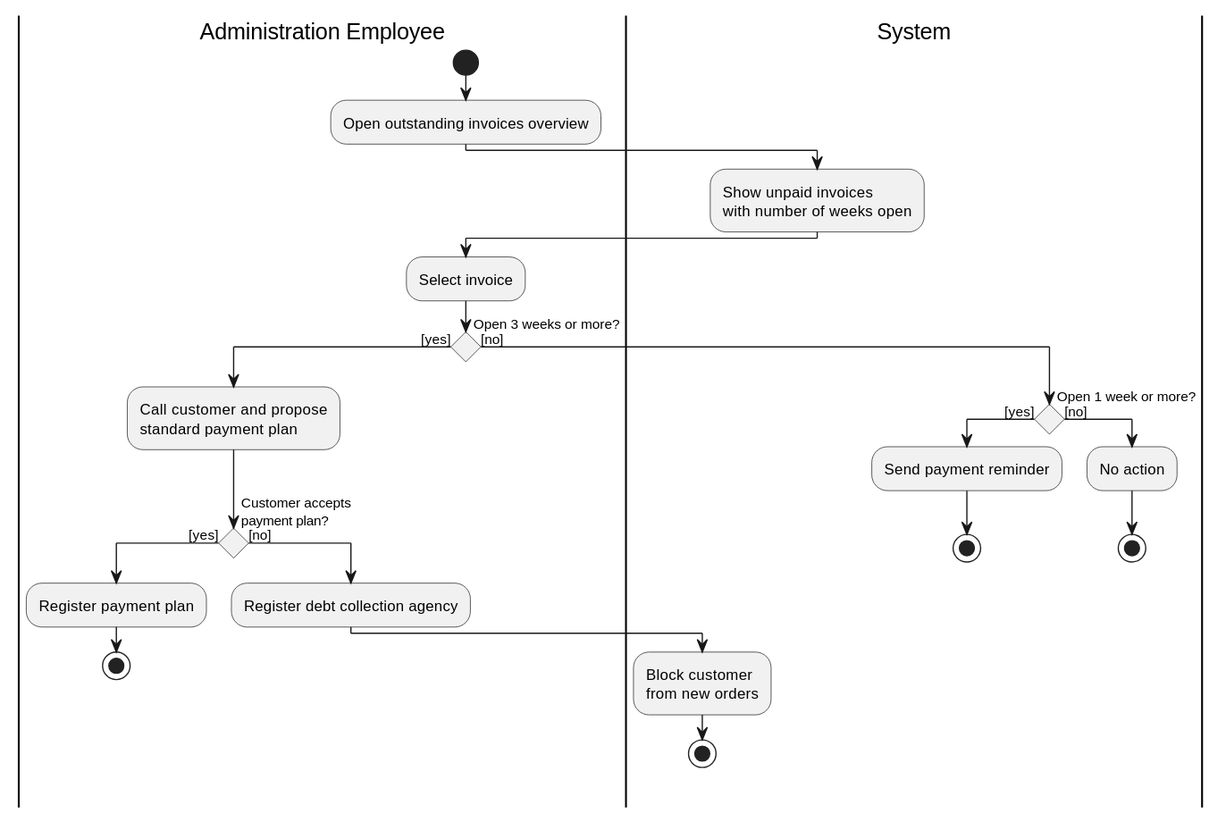
Above: Documentation/Architecture/uml/export/activity_diagrams/AD18_View_outstanding_invoices.svg in ViktorQorri/Project-Timaflu (PlantUML), before the change.
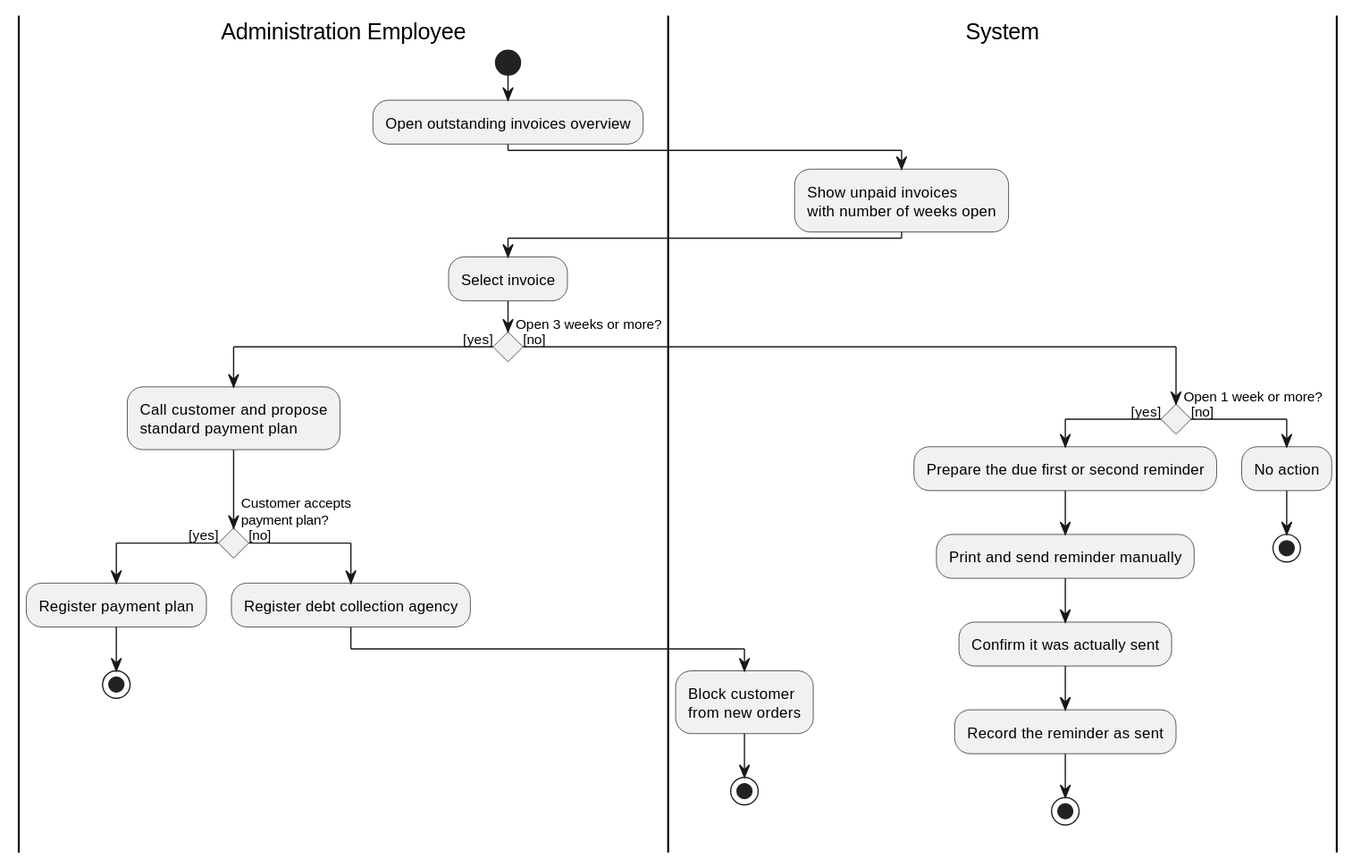
Above is the later version.

Diff of the diagram source:
```diff
@@ -22,7 +22,11 @@
   endif
 else ([no])
   if (Open 1 week or more?) then ([yes])
-    :Send payment reminder;
+    :Prepare the due first or second reminder;
+    :Print and send reminder manually;
+    :Confirm it was actually sent;
+    |System|
+    :Record the reminder as sent;
     stop
   else ([no])
     :No action;
```
